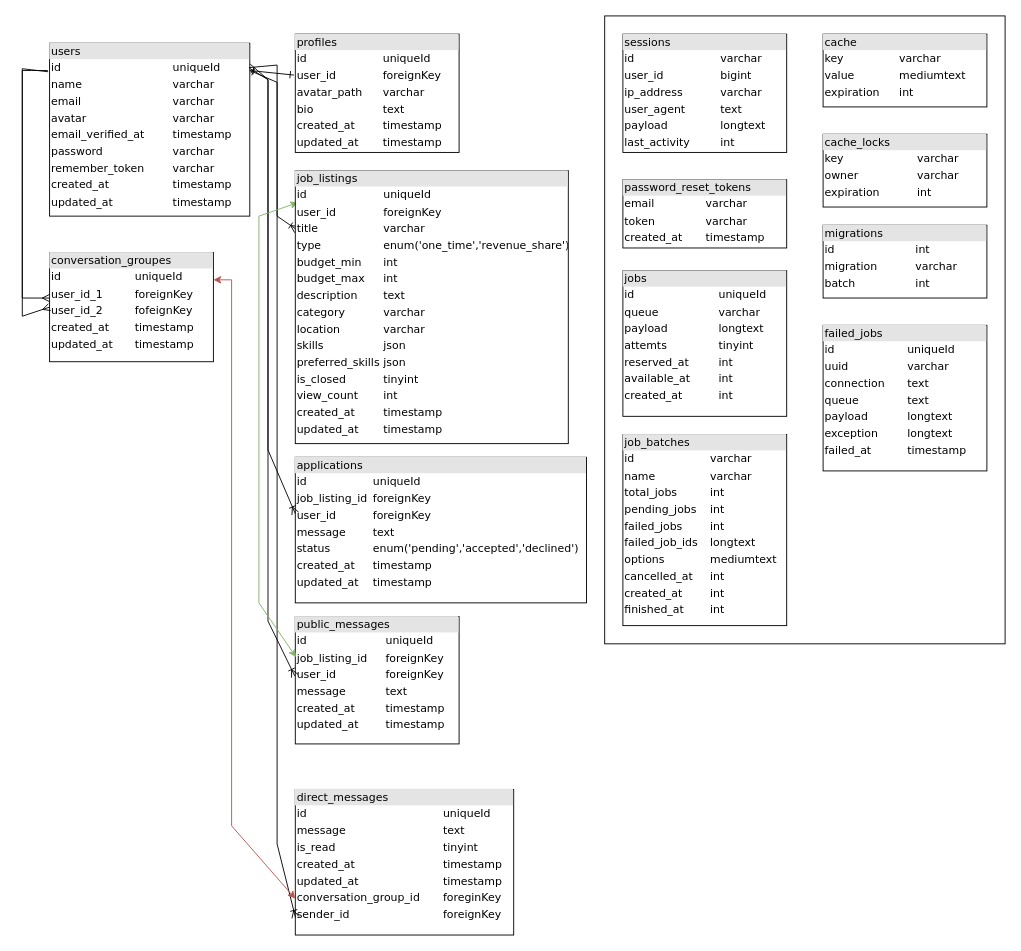
This is match-db.drawio from OzakiKazuhiro/match, a draw.io file, before an edit. Source tidied: cells renumbered, new cells numbered last; positions are measured from the earlier drawing's top-left corner, leaving out a move shared by most shapes. Both pictures are drawn from the tidied source at 91%, with x=0, y=0 at pixel (22, 15).
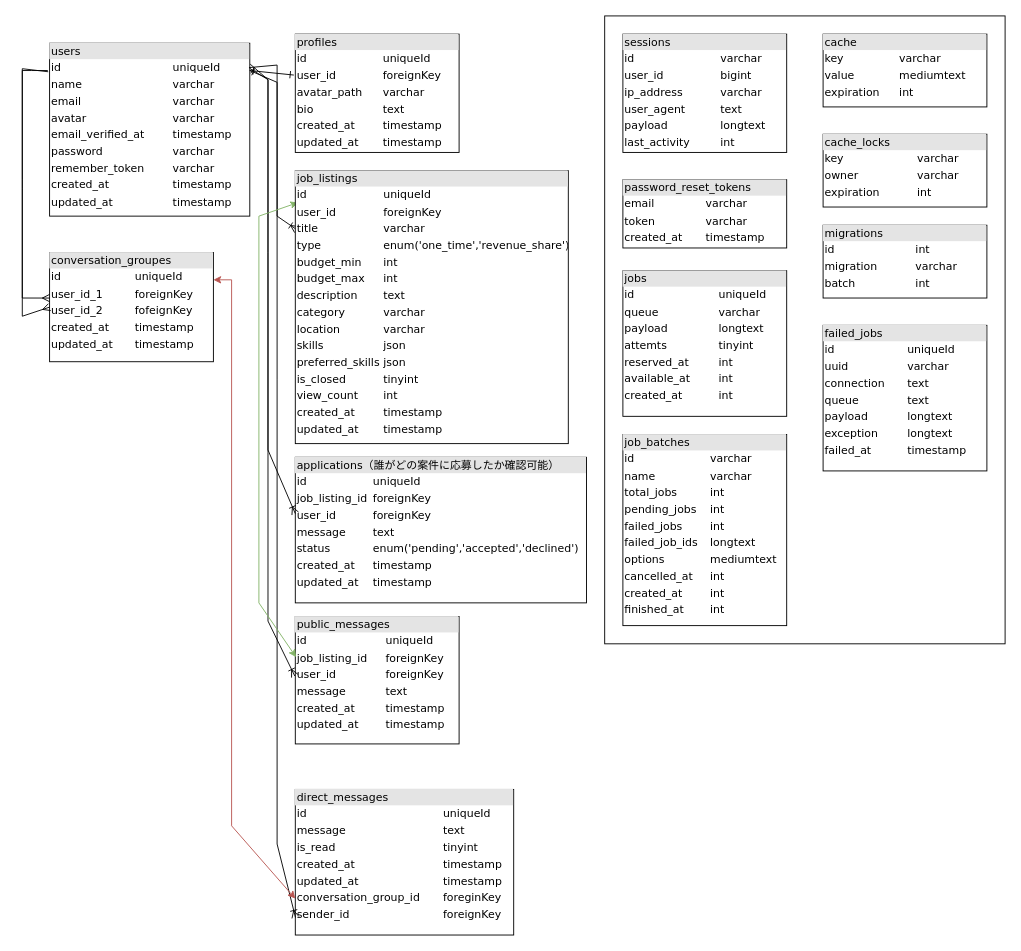
After the change.

Diff of the diagram source:
```diff
@@
-    <mxCell id="8" value="&lt;div style=&quot;box-sizing: border-box ; width: 100% ; background: #e4e4e4 ; padding: 2px&quot;&gt;applications&lt;/div&gt;&lt;table style=&quot;width: 100% ; font-size: 1em&quot; cellpadding=&quot;2&quot; cellspacing=&quot;0&quot;&gt;&lt;tbody&gt;&lt;tr&gt;&lt;td&gt;id&lt;/td&gt;&lt;td&gt;uniqueId&lt;/td&gt;&lt;/tr&gt;&lt;tr&gt;&lt;td&gt;job_listing_id&lt;/td&gt;&lt;td&gt;foreignKey&lt;/td&gt;&lt;/tr&gt;&lt;tr&gt;&lt;td&gt;user_id&lt;/td&gt;&lt;td&gt;foreignKey&lt;/td&gt;&lt;/tr&gt;&lt;tr&gt;&lt;td&gt;message&lt;/td&gt;&lt;td&gt;text&lt;/td&gt;&lt;/tr&gt;&lt;tr&gt;&lt;td&gt;status&lt;/td&gt;&lt;td&gt;enum('pending','accepted','declined')&lt;/td&gt;&lt;/tr&gt;&lt;tr&gt;&lt;td&gt;created_at&lt;/td&gt;&lt;td&gt;timestamp&lt;/td&gt;&lt;/tr&gt;&lt;tr&gt;&lt;td&gt;updated_at&lt;/td&gt;&lt;td&gt;timestamp&lt;/td&gt;&lt;/tr&gt;&lt;/tbody&gt;&lt;/table&gt;" style="verticalAlign=top;align=left;overflow=fill;html=1;rounded=0;shadow=0;comic=0;labelBackgroundColor=none;strokeWidth=1;fontFamily=Verdana;fontSize=12;" parent="1" vertex="1">
+    <mxCell id="8" value="&lt;div style=&quot;box-sizing: border-box ; width: 100% ; background: #e4e4e4 ; padding: 2px&quot;&gt;applications（誰がどの案件に応募したか確認可能）&lt;/div&gt;&lt;table style=&quot;width: 100% ; font-size: 1em&quot; cellpadding=&quot;2&quot; cellspacing=&quot;0&quot;&gt;&lt;tbody&gt;&lt;tr&gt;&lt;td&gt;id&lt;/td&gt;&lt;td&gt;uniqueId&lt;/td&gt;&lt;/tr&gt;&lt;tr&gt;&lt;td&gt;job_listing_id&lt;/td&gt;&lt;td&gt;foreignKey&lt;/td&gt;&lt;/tr&gt;&lt;tr&gt;&lt;td&gt;user_id&lt;/td&gt;&lt;td&gt;foreignKey&lt;/td&gt;&lt;/tr&gt;&lt;tr&gt;&lt;td&gt;message&lt;/td&gt;&lt;td&gt;text&lt;/td&gt;&lt;/tr&gt;&lt;tr&gt;&lt;td&gt;status&lt;/td&gt;&lt;td&gt;enum('pending','accepted','declined')&lt;/td&gt;&lt;/tr&gt;&lt;tr&gt;&lt;td&gt;created_at&lt;/td&gt;&lt;td&gt;timestamp&lt;/td&gt;&lt;/tr&gt;&lt;tr&gt;&lt;td&gt;updated_at&lt;/td&gt;&lt;td&gt;timestamp&lt;/td&gt;&lt;/tr&gt;&lt;/tbody&gt;&lt;/table&gt;" style="verticalAlign=top;align=left;overflow=fill;html=1;rounded=0;shadow=0;comic=0;labelBackgroundColor=none;strokeWidth=1;fontFamily=Verdana;fontSize=12;" parent="1" vertex="1">
       <mxGeometry x="300" y="485" width="320" height="160" as="geometry" />
     </mxCell>
```
